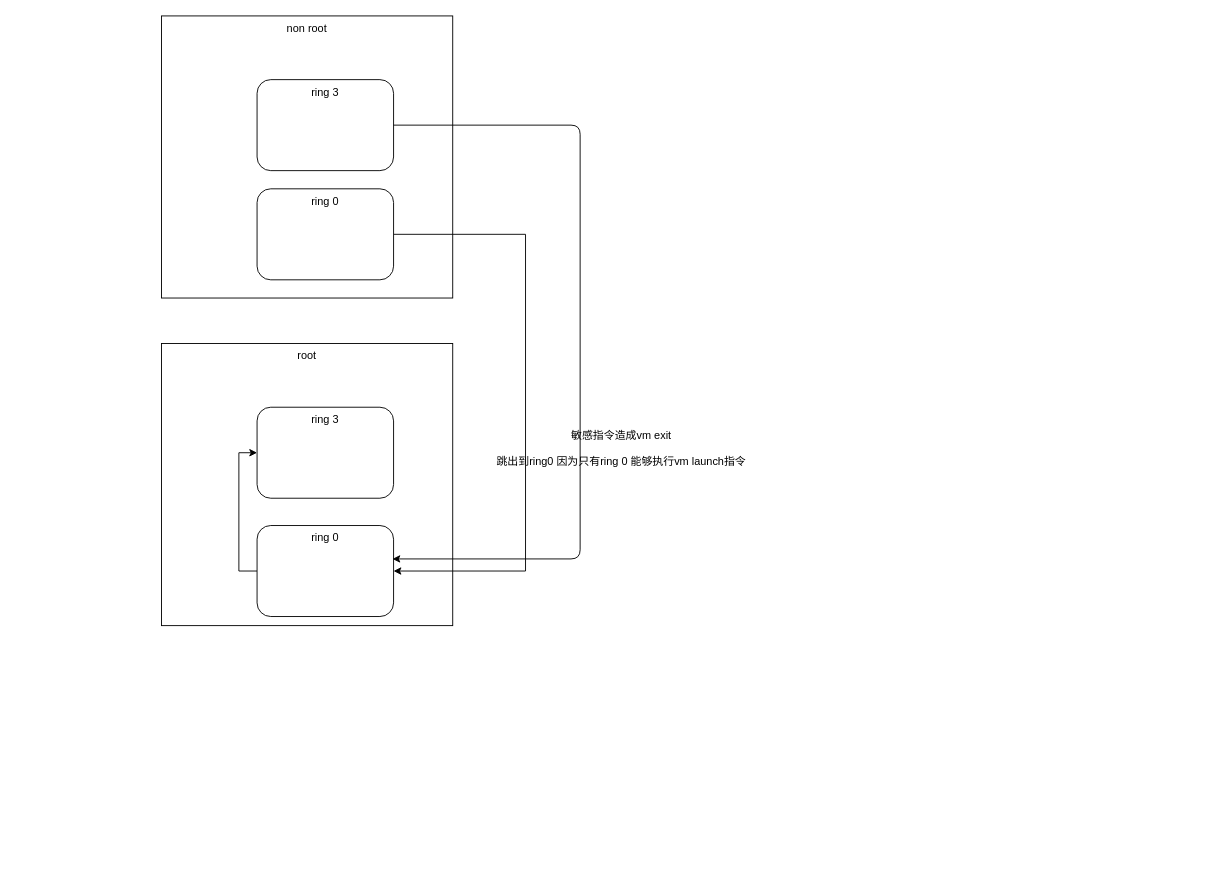
Earlier version of the draw.io diagram kvm.drawio (chenlei0x/drawio). Source tidied: cells renumbered, new cells numbered last; positions are measured from the earlier drawing's top-left corner, leaving out a move shared by most shapes. Both pictures are drawn from the tidied source at 91%, with x=0, y=0 at pixel (161, 15).
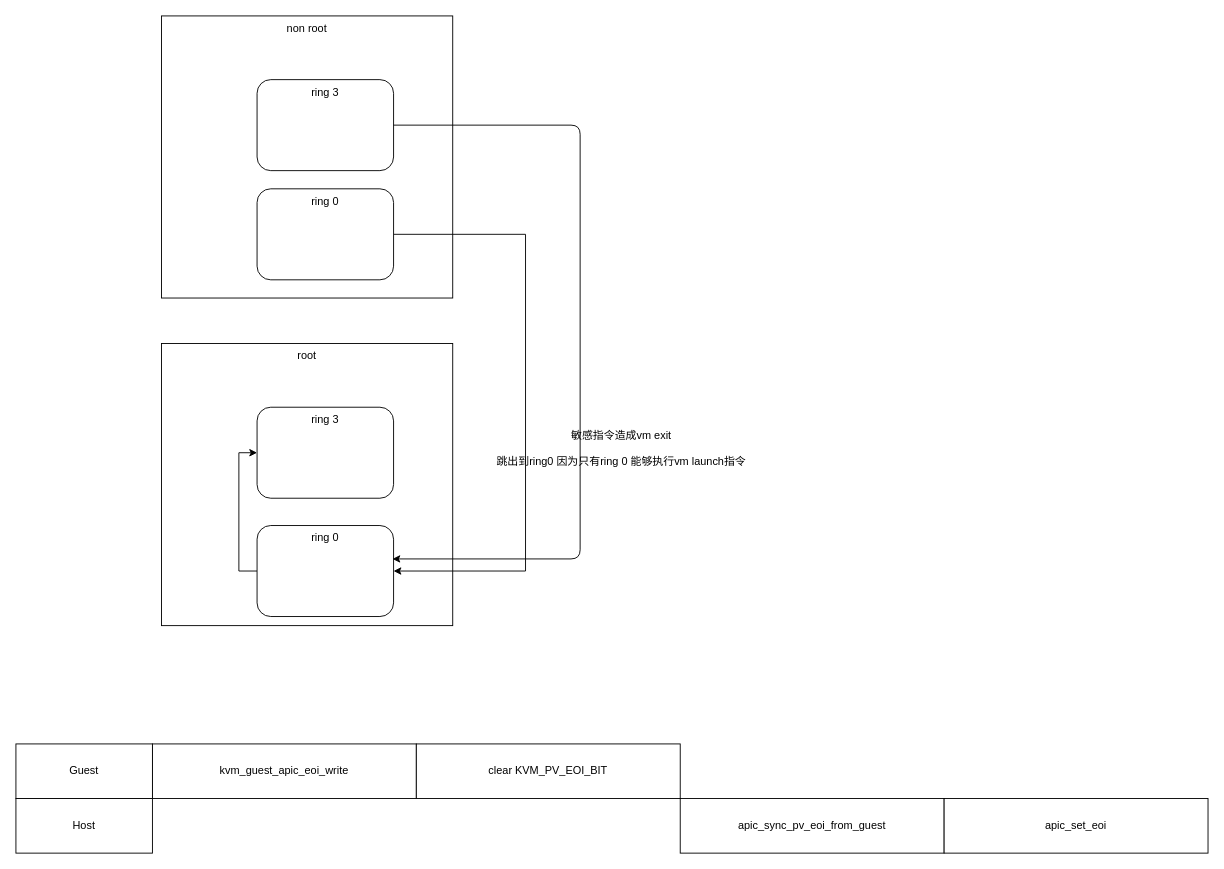
After the change.

The edit, as a diff of the source:
```diff
@@
+    <mxCell id="12" value="kvm_guest_apic_eoi_write" style="whiteSpace=wrap;html=1;" parent="1" vertex="1">
+      <mxGeometry x="-10" y="800" width="290" height="60" as="geometry" />
+    </mxCell>
+    <mxCell id="13" value="clear&amp;nbsp;KVM_PV_EOI_BIT" style="whiteSpace=wrap;html=1;" parent="1" vertex="1">
+      <mxGeometry x="280" y="800" width="290" height="60" as="geometry" />
+    </mxCell>
+    <mxCell id="14" value="Guest" style="whiteSpace=wrap;html=1;" parent="1" vertex="1">
+      <mxGeometry x="-160" y="800" width="150" height="60" as="geometry" />
+    </mxCell>
+    <mxCell id="15" value="Host" style="whiteSpace=wrap;html=1;" parent="1" vertex="1">
+      <mxGeometry x="-160" y="860" width="150" height="60" as="geometry" />
+    </mxCell>
+    <mxCell id="16" value="apic_sync_pv_eoi_from_guest" style="whiteSpace=wrap;html=1;" parent="1" vertex="1">
+      <mxGeometry x="570" y="860" width="290" height="60" as="geometry" />
+    </mxCell>
+    <mxCell id="17" value="apic_set_eoi" style="whiteSpace=wrap;html=1;" parent="1" vertex="1">
+      <mxGeometry x="860" y="860" width="290" height="60" as="geometry" />
+    </mxCell>
```
